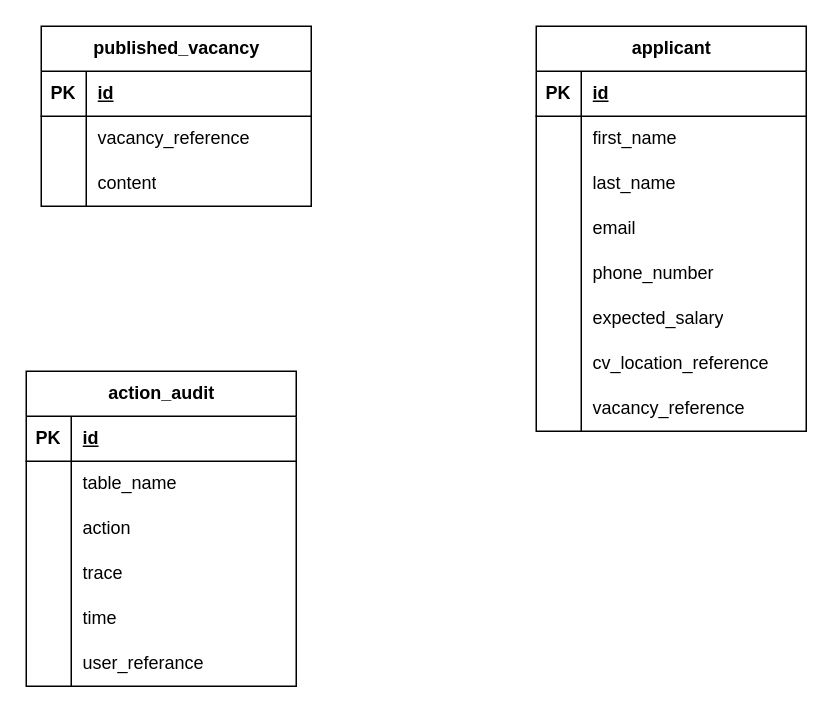
Earlier version of the draw.io diagram design/vacancy_microservice_er.drawio (peguses/education). Source tidied: cells renumbered, new cells numbered last; positions are measured from the earlier drawing's top-left corner, leaving out a move shared by most shapes. Both pictures are drawn from the tidied source at 150%, with x=0, y=0 at pixel (26, 26).
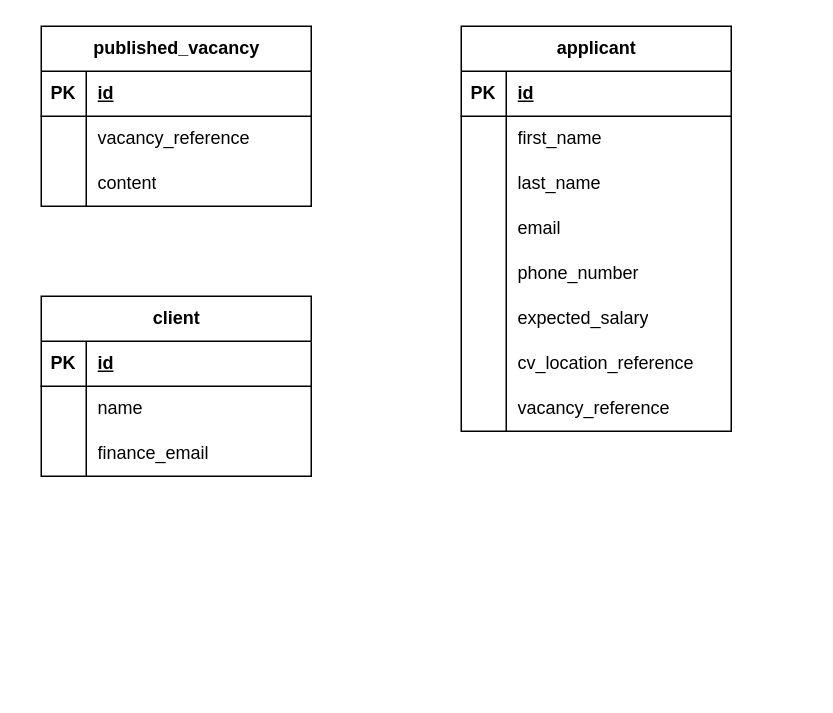
The same diagram, later.

The edit, as a diff of the source:
```diff
@@
     <mxCell id="12" value="applicant" style="shape=table;startSize=30;childLayout=tableLayout;rowLines=0;fontStyle=1;align=center;html=1;" parent="1" vertex="1">
-      <mxGeometry x="340" width="180" height="270" as="geometry" />
+      <mxGeometry x="290" width="180" height="270" as="geometry" />
     </mxCell>
@@
-    <mxCell id="37" value="action_audit" style="shape=table;startSize=30;childLayout=tableLayout;rowLines=0;fontStyle=1;align=center;html=1;" parent="1" vertex="1">
-      <mxGeometry y="230" width="180" height="210" as="geometry" />
-    </mxCell>
+    <mxCell id="56" value="client" style="shape=table;startSize=30;childLayout=tableLayout;rowLines=0;fontStyle=1;align=center;html=1;" parent="1" vertex="1">
+      <mxGeometry x="10" y="180" width="180" height="120" as="geometry" />
+    </mxCell>
-    <mxCell id="38" style="shape=tableRow;horizontal=0;startSize=0;swimlaneHead=0;swimlaneBody=0;fillColor=none;top=0;left=0;right=0;bottom=1;" parent="37" vertex="1">
+    <mxCell id="38" style="shape=tableRow;horizontal=0;startSize=0;swimlaneHead=0;swimlaneBody=0;fillColor=none;top=0;left=0;right=0;bottom=1;" parent="56" vertex="1">
       <mxGeometry y="30" width="180" height="30" as="geometry" />
     </mxCell>
@@
-    <mxCell id="41" style="shape=tableRow;horizontal=0;startSize=0;swimlaneHead=0;swimlaneBody=0;fillColor=none;top=0;left=0;right=0;bottom=0;" parent="37" vertex="1">
+    <mxCell id="41" style="shape=tableRow;horizontal=0;startSize=0;swimlaneHead=0;swimlaneBody=0;fillColor=none;top=0;left=0;right=0;bottom=0;" parent="56" vertex="1">
       <mxGeometry y="60" width="180" height="30" as="geometry" />
     </mxCell>
-    <mxCell id="42" style="shape=partialRectangle;fillColor=none;top=0;left=0;bottom=0;right=0;overflow=hidden;whiteSpace=wrap;html=1;" parent="41" vertex="1">
-      <mxGeometry width="30" height="30" as="geometry" />
-    </mxCell>
-    <mxCell id="43" value="table_name" style="shape=partialRectangle;fillColor=none;top=0;left=0;bottom=0;right=0;align=left;spacingLeft=6;overflow=hidden;whiteSpace=wrap;html=1;" parent="41" vertex="1">
-      <mxGeometry x="30" width="150" height="30" as="geometry" />
-    </mxCell>
+    <mxCell id="57" style="shape=partialRectangle;fillColor=none;top=0;left=0;bottom=0;right=0;overflow=hidden;whiteSpace=wrap;html=1;" parent="41" vertex="1">
+      <mxGeometry width="30" height="30" as="geometry" />
+    </mxCell>
+    <mxCell id="58" value="name" style="shape=partialRectangle;fillColor=none;top=0;left=0;bottom=0;right=0;align=left;spacingLeft=6;overflow=hidden;whiteSpace=wrap;html=1;" parent="41" vertex="1">
+      <mxGeometry x="30" width="150" height="30" as="geometry" />
+    </mxCell>
-    <mxCell id="44" style="shape=tableRow;horizontal=0;startSize=0;swimlaneHead=0;swimlaneBody=0;fillColor=none;top=0;left=0;right=0;bottom=0;" parent="37" vertex="1">
+    <mxCell id="44" style="shape=tableRow;horizontal=0;startSize=0;swimlaneHead=0;swimlaneBody=0;fillColor=none;top=0;left=0;right=0;bottom=0;" parent="56" vertex="1">
       <mxGeometry y="90" width="180" height="30" as="geometry" />
     </mxCell>
-    <mxCell id="45" style="shape=partialRectangle;fillColor=none;top=0;left=0;bottom=0;right=0;overflow=hidden;whiteSpace=wrap;html=1;" parent="44" vertex="1">
-      <mxGeometry width="30" height="30" as="geometry" />
-    </mxCell>
-    <mxCell id="46" value="action" style="shape=partialRectangle;fillColor=none;top=0;left=0;bottom=0;right=0;align=left;spacingLeft=6;overflow=hidden;whiteSpace=wrap;html=1;" parent="44" vertex="1">
-      <mxGeometry x="30" width="150" height="30" as="geometry" />
-    </mxCell>
-    <mxCell id="47" style="shape=tableRow;horizontal=0;startSize=0;swimlaneHead=0;swimlaneBody=0;fillColor=none;top=0;left=0;right=0;bottom=0;" parent="37" vertex="1">
-      <mxGeometry y="120" width="180" height="30" as="geometry" />
-    </mxCell>
-    <mxCell id="48" style="shape=partialRectangle;fillColor=none;top=0;left=0;bottom=0;right=0;overflow=hidden;whiteSpace=wrap;html=1;" parent="47" vertex="1">
-      <mxGeometry width="30" height="30" as="geometry" />
-    </mxCell>
-    <mxCell id="49" value="trace" style="shape=partialRectangle;fillColor=none;top=0;left=0;bottom=0;right=0;align=left;spacingLeft=6;overflow=hidden;whiteSpace=wrap;html=1;" parent="47" vertex="1">
-      <mxGeometry x="30" width="150" height="30" as="geometry" />
-    </mxCell>
-    <mxCell id="50" style="shape=tableRow;horizontal=0;startSize=0;swimlaneHead=0;swimlaneBody=0;fillColor=none;top=0;left=0;right=0;bottom=0;" parent="37" vertex="1">
-      <mxGeometry y="150" width="180" height="30" as="geometry" />
-    </mxCell>
-    <mxCell id="51" style="shape=partialRectangle;fillColor=none;top=0;left=0;bottom=0;right=0;overflow=hidden;whiteSpace=wrap;html=1;" parent="50" vertex="1">
-      <mxGeometry width="30" height="30" as="geometry" />
-    </mxCell>
-    <mxCell id="52" value="time" style="shape=partialRectangle;fillColor=none;top=0;left=0;bottom=0;right=0;align=left;spacingLeft=6;overflow=hidden;whiteSpace=wrap;html=1;" parent="50" vertex="1">
-      <mxGeometry x="30" width="150" height="30" as="geometry" />
-    </mxCell>
-    <mxCell id="53" style="shape=tableRow;horizontal=0;startSize=0;swimlaneHead=0;swimlaneBody=0;fillColor=none;top=0;left=0;right=0;bottom=0;" parent="37" vertex="1">
-      <mxGeometry y="180" width="180" height="30" as="geometry" />
-    </mxCell>
-    <mxCell id="54" style="shape=partialRectangle;fillColor=none;top=0;left=0;bottom=0;right=0;overflow=hidden;whiteSpace=wrap;html=1;" parent="53" vertex="1">
-      <mxGeometry width="30" height="30" as="geometry" />
-    </mxCell>
-    <mxCell id="55" value="user_referance" style="shape=partialRectangle;fillColor=none;top=0;left=0;bottom=0;right=0;align=left;spacingLeft=6;overflow=hidden;whiteSpace=wrap;html=1;" parent="53" vertex="1">
-      <mxGeometry x="30" width="150" height="30" as="geometry" />
-    </mxCell>
+    <mxCell id="59" style="shape=partialRectangle;fillColor=none;top=0;left=0;bottom=0;right=0;overflow=hidden;whiteSpace=wrap;html=1;" parent="44" vertex="1">
+      <mxGeometry width="30" height="30" as="geometry" />
+    </mxCell>
+    <mxCell id="60" value="finance_email" style="shape=partialRectangle;fillColor=none;top=0;left=0;bottom=0;right=0;align=left;spacingLeft=6;overflow=hidden;whiteSpace=wrap;html=1;" parent="44" vertex="1">
+      <mxGeometry x="30" width="150" height="30" as="geometry" />
+    </mxCell>
```
